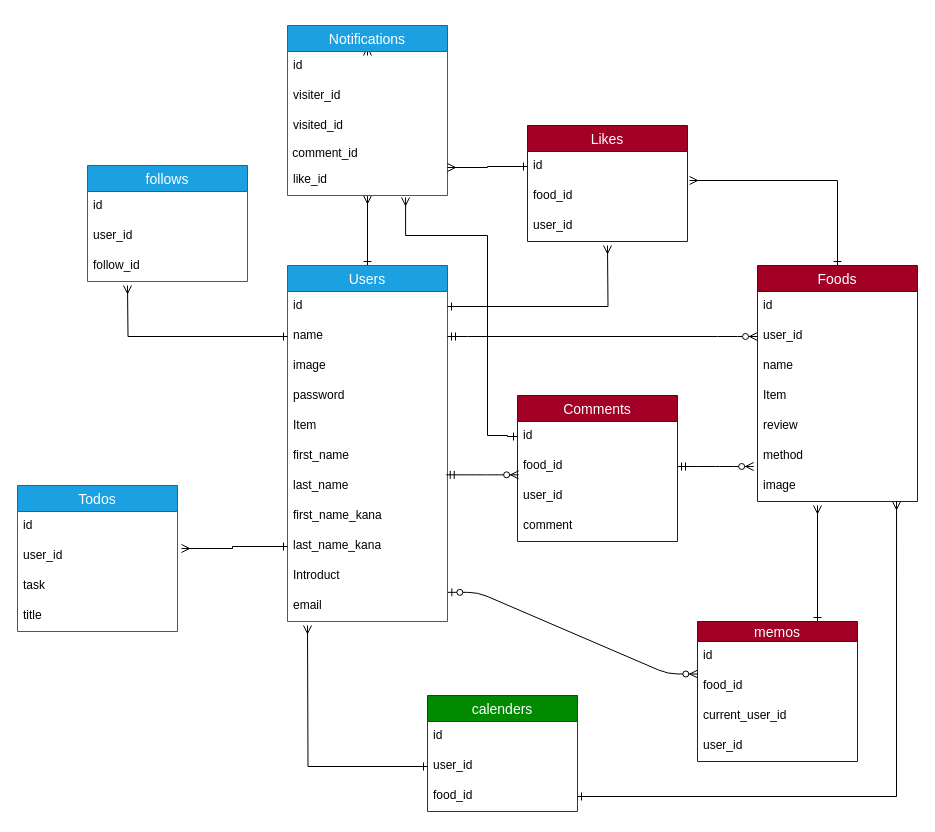
Before: DB.dio in kiiii8r/Cooking_memo, a draw.io diagram. Source tidied: cells renumbered, new cells numbered last; positions are measured from the earlier drawing's top-left corner, leaving out a move shared by most shapes. Both pictures are drawn from the tidied source at 100%, with x=0, y=0 at pixel (17, 25).
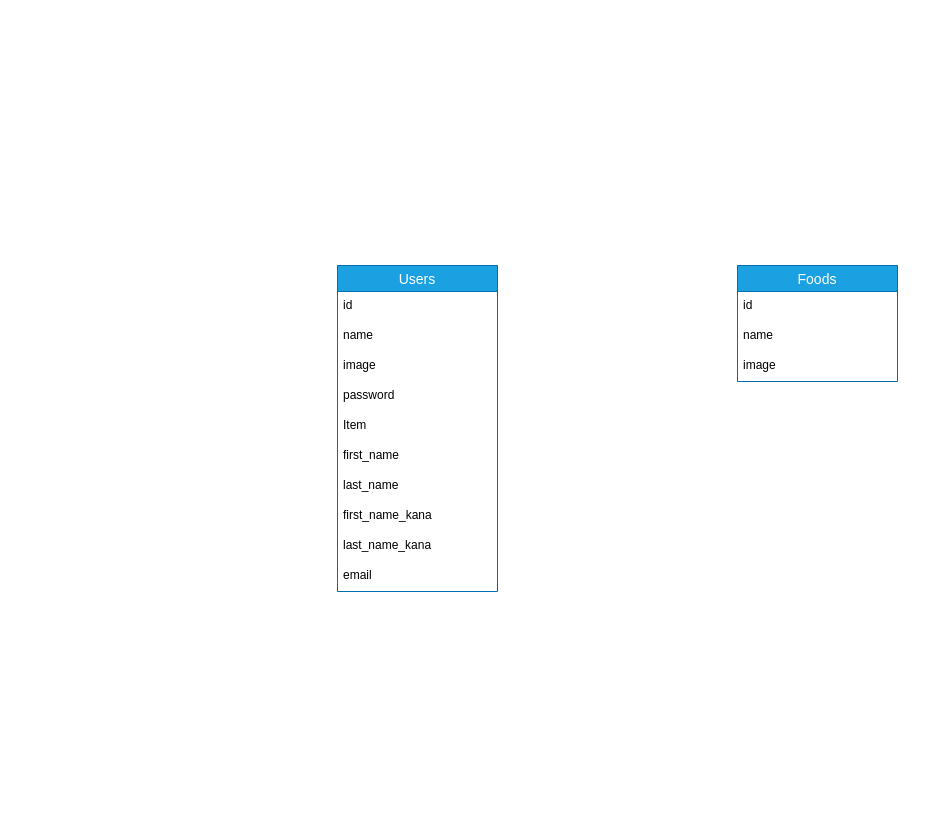
The same diagram, later.

Commit message:
Revert "Feauture/db design"

The change refers to these unchanged cells:
```xml
<mxCell id="4" value="id" style="text;strokeColor=none;fillColor=none;spacingLeft=4;spacingRight=4;overflow=hidden;points=[[0,0.5],[1,0.5]];portConstraint=eastwest;fontSize=12;" parent="3" vertex="1">
  <mxGeometry y="26" width="160" height="30" as="geometry" />
</mxCell>
<mxCell id="5" value="name" style="text;strokeColor=none;fillColor=none;spacingLeft=4;spacingRight=4;overflow=hidden;points=[[0,0.5],[1,0.5]];portConstraint=eastwest;fontSize=12;" parent="3" vertex="1">
  <mxGeometry y="56" width="160" height="30" as="geometry" />
</mxCell>
<mxCell id="10" value="last_name" style="text;strokeColor=none;fillColor=none;spacingLeft=4;spacingRight=4;overflow=hidden;points=[[0,0.5],[1,0.5]];portConstraint=eastwest;fontSize=12;" parent="3" vertex="1">
  <mxGeometry y="206" width="160" height="30" as="geometry" />
</mxCell>
<mxCell id="12" value="last_name_kana" style="text;strokeColor=none;fillColor=none;spacingLeft=4;spacingRight=4;overflow=hidden;points=[[0,0.5],[1,0.5]];portConstraint=eastwest;fontSize=12;" parent="3" vertex="1">
  <mxGeometry y="266" width="160" height="30" as="geometry" />
</mxCell>
```

What changed in the source:
```diff
@@
-    <mxCell id="2" style="edgeStyle=orthogonalEdgeStyle;rounded=0;jettySize=auto;html=1;exitX=0.5;exitY=0;exitDx=0;exitDy=0;entryX=0.5;entryY=1;entryDx=0;entryDy=0;entryPerimeter=0;startArrow=ERone;startFill=0;endArrow=ERmany;endFill=0;" parent="1" edge="1" source="3" target="47">
-      <mxGeometry relative="1" as="geometry" />
-    </mxCell>
     <mxCell id="3" value="Users" style="swimlane;fontStyle=0;horizontal=1;startSize=26;align=center;fontSize=14;fillColor=#1ba1e2;strokeColor=#006EAF;fontColor=#ffffff;" parent="1" vertex="1">
-      <mxGeometry x="270" y="240" width="160" height="356" as="geometry" />
+      <mxGeometry x="320" y="240" width="160" height="326" as="geometry" />
     </mxCell>
@@
-    <mxCell id="13" value="Introduct" style="text;strokeColor=none;fillColor=none;spacingLeft=4;spacingRight=4;overflow=hidden;fontSize=12;" parent="3" vertex="1">
-      <mxGeometry y="296" width="160" height="30" as="geometry" />
-    </mxCell>
     <mxCell id="14" value="email" style="text;strokeColor=none;fillColor=none;spacingLeft=4;spacingRight=4;overflow=hidden;points=[[0,0.5],[1,0.5]];portConstraint=eastwest;fontSize=12;" parent="3" vertex="1">
-      <mxGeometry y="326" width="160" height="30" as="geometry" />
+      <mxGeometry y="296" width="160" height="30" as="geometry" />
     </mxCell>
-    <mxCell id="15" style="edgeStyle=orthogonalEdgeStyle;rounded=0;jettySize=auto;html=1;exitX=0.5;exitY=0;exitDx=0;exitDy=0;entryX=1.013;entryY=-0.033;entryDx=0;entryDy=0;entryPerimeter=0;startArrow=ERone;startFill=0;endArrow=ERmany;endFill=0;" parent="1" edge="1" source="16" target="50">
-      <mxGeometry relative="1" as="geometry">
-        <Array as="points">
-          <mxPoint x="820" y="155" />
-        </Array>
-      </mxGeometry>
-    </mxCell>
-    <mxCell id="16" value="Foods" style="swimlane;fontStyle=0;horizontal=1;startSize=26;align=center;fontSize=14;fillColor=#a20025;strokeColor=#6F0000;fontColor=#ffffff;" parent="1" vertex="1">
-      <mxGeometry x="740" y="240" width="160" height="236" as="geometry" />
+    <mxCell id="16" value="Foods" style="swimlane;fontStyle=0;horizontal=1;startSize=26;align=center;fontSize=14;fillColor=#1ba1e2;strokeColor=#006EAF;fontColor=#ffffff;" parent="1" vertex="1">
+      <mxGeometry x="720" y="240" width="160" height="116" as="geometry" />
     </mxCell>
@@
-    <mxCell id="18" value="user_id" style="text;strokeColor=none;fillColor=none;spacingLeft=4;spacingRight=4;overflow=hidden;points=[[0,0.5],[1,0.5]];portConstraint=eastwest;fontSize=12;" parent="16" vertex="1">
-      <mxGeometry y="56" width="160" height="30" as="geometry" />
-    </mxCell>
     <mxCell id="19" value="name" style="text;strokeColor=none;fillColor=none;spacingLeft=4;spacingRight=4;overflow=hidden;fontSize=12;" parent="16" vertex="1">
-      <mxGeometry y="86" width="160" height="30" as="geometry" />
+      <mxGeometry y="56" width="160" height="30" as="geometry" />
     </mxCell>
-    <mxCell id="20" value="Item" style="text;strokeColor=none;fillColor=none;spacingLeft=4;spacingRight=4;overflow=hidden;fontSize=12;" parent="16" vertex="1">
-      <mxGeometry y="116" width="160" height="30" as="geometry" />
-    </mxCell>
-    <mxCell id="21" value="review" style="text;strokeColor=none;fillColor=none;spacingLeft=4;spacingRight=4;overflow=hidden;fontSize=12;" parent="16" vertex="1">
-      <mxGeometry y="146" width="160" height="30" as="geometry" />
-    </mxCell>
-    <mxCell id="22" value="method" style="text;strokeColor=none;fillColor=none;spacingLeft=4;spacingRight=4;overflow=hidden;points=[[0,0.5],[1,0.5]];portConstraint=eastwest;fontSize=12;" parent="16" vertex="1">
-      <mxGeometry y="176" width="160" height="30" as="geometry" />
-    </mxCell>
     <mxCell id="23" value="image" style="text;strokeColor=none;fillColor=none;spacingLeft=4;spacingRight=4;overflow=hidden;points=[[0,0.5],[1,0.5]];portConstraint=eastwest;fontSize=12;" parent="16" vertex="1">
-      <mxGeometry y="206" width="160" height="30" as="geometry" />
+      <mxGeometry y="86" width="160" height="30" as="geometry" />
     </mxCell>
-    <mxCell id="24" style="edgeStyle=orthogonalEdgeStyle;rounded=0;jettySize=auto;html=1;exitX=0;exitY=0.5;exitDx=0;exitDy=0;startArrow=ERone;startFill=0;endArrow=ERmany;endFill=0;entryX=0.738;entryY=1.067;entryDx=0;entryDy=0;entryPerimeter=0;" parent="1" edge="1" source="26" target="47">
-      <mxGeometry relative="1" as="geometry">
-        <Array as="points">
-          <mxPoint x="490" y="411" />
-          <mxPoint x="490" y="410" />
-          <mxPoint x="470" y="410" />
-          <mxPoint x="470" y="210" />
-          <mxPoint x="388" y="210" />
-        </Array>
-      </mxGeometry>
-    </mxCell>
-    <mxCell id="25" value="Comments" style="swimlane;fontStyle=0;horizontal=1;startSize=26;align=center;fontSize=14;fillColor=#a20025;strokeColor=#6F0000;fontColor=#ffffff;" parent="1" vertex="1">
-      <mxGeometry x="500" y="370" width="160" height="146" as="geometry" />
-    </mxCell>
-    <mxCell id="26" value="id" style="text;strokeColor=none;fillColor=none;spacingLeft=4;spacingRight=4;overflow=hidden;points=[[0,0.5],[1,0.5]];portConstraint=eastwest;fontSize=12;" parent="25" vertex="1">
-      <mxGeometry y="26" width="160" height="30" as="geometry" />
-    </mxCell>
-    <mxCell id="27" value="food_id" style="text;strokeColor=none;fillColor=none;spacingLeft=4;spacingRight=4;overflow=hidden;points=[[0,0.5],[1,0.5]];portConstraint=eastwest;fontSize=12;" parent="25" vertex="1">
-      <mxGeometry y="56" width="160" height="30" as="geometry" />
-    </mxCell>
-    <mxCell id="28" value="user_id" style="text;strokeColor=none;fillColor=none;spacingLeft=4;spacingRight=4;overflow=hidden;fontSize=12;" parent="25" vertex="1">
-      <mxGeometry y="86" width="160" height="30" as="geometry" />
-    </mxCell>
-    <mxCell id="29" value="comment" style="text;strokeColor=none;fillColor=none;spacingLeft=4;spacingRight=4;overflow=hidden;fontSize=12;" parent="25" vertex="1">
-      <mxGeometry y="116" width="160" height="30" as="geometry" />
-    </mxCell>
-    <mxCell id="30" value="Todos" style="swimlane;fontStyle=0;horizontal=1;startSize=26;align=center;fontSize=14;fillColor=#1ba1e2;strokeColor=#006EAF;fontColor=#ffffff;" parent="1" vertex="1">
-      <mxGeometry y="460" width="160" height="146" as="geometry" />
-    </mxCell>
-    <mxCell id="31" value="id" style="text;strokeColor=none;fillColor=none;spacingLeft=4;spacingRight=4;overflow=hidden;fontSize=12;" parent="30" vertex="1">
-      <mxGeometry y="26" width="160" height="30" as="geometry" />
-    </mxCell>
-    <mxCell id="32" value="user_id" style="text;strokeColor=none;fillColor=none;spacingLeft=4;spacingRight=4;overflow=hidden;points=[[0,0.5],[1,0.5]];portConstraint=eastwest;fontSize=12;" parent="30" vertex="1">
-      <mxGeometry y="56" width="160" height="30" as="geometry" />
-    </mxCell>
-    <mxCell id="33" value="task" style="text;strokeColor=none;fillColor=none;spacingLeft=4;spacingRight=4;overflow=hidden;fontSize=12;" parent="30" vertex="1">
-      <mxGeometry y="86" width="160" height="30" as="geometry" />
-    </mxCell>
-    <mxCell id="34" value="title" style="text;strokeColor=none;fillColor=none;spacingLeft=4;spacingRight=4;overflow=hidden;fontSize=12;" parent="30" vertex="1">
-      <mxGeometry y="116" width="160" height="30" as="geometry" />
-    </mxCell>
-    <mxCell id="35" style="edgeStyle=orthogonalEdgeStyle;rounded=0;jettySize=auto;html=1;exitX=0.75;exitY=0;exitDx=0;exitDy=0;startArrow=ERone;startFill=0;endArrow=ERmany;endFill=0;" parent="1" edge="1" source="36">
-      <mxGeometry relative="1" as="geometry">
-        <mxPoint x="800" y="480" as="targetPoint" />
-      </mxGeometry>
-    </mxCell>
-    <mxCell id="36" value="memos" style="swimlane;fontStyle=0;horizontal=1;startSize=20;align=center;fontSize=14;fillColor=#a20025;strokeColor=#6F0000;fontColor=#ffffff;" parent="1" vertex="1">
-      <mxGeometry x="680" y="596" width="160" height="140" as="geometry" />
-    </mxCell>
-    <mxCell id="37" value="id" style="text;strokeColor=none;fillColor=none;spacingLeft=4;spacingRight=4;overflow=hidden;points=[[0,0.5],[1,0.5]];portConstraint=eastwest;fontSize=12;" parent="36" vertex="1">
-      <mxGeometry y="20" width="160" height="30" as="geometry" />
-    </mxCell>
-    <mxCell id="38" value="food_id" style="text;strokeColor=none;fillColor=none;spacingLeft=4;spacingRight=4;overflow=hidden;fontSize=12;" parent="36" vertex="1">
-      <mxGeometry y="50" width="160" height="30" as="geometry" />
-    </mxCell>
-    <mxCell id="39" value="current_user_id" style="text;strokeColor=none;fillColor=none;spacingLeft=4;spacingRight=4;overflow=hidden;fontSize=12;" parent="36" vertex="1">
-      <mxGeometry y="80" width="160" height="30" as="geometry" />
-    </mxCell>
-    <mxCell id="40" value="user_id" style="text;strokeColor=none;fillColor=none;spacingLeft=4;spacingRight=4;overflow=hidden;fontSize=12;" parent="36" vertex="1">
-      <mxGeometry y="110" width="160" height="30" as="geometry" />
-    </mxCell>
-    <mxCell id="41" style="edgeStyle=orthogonalEdgeStyle;rounded=0;jettySize=auto;html=1;exitX=0.5;exitY=0;exitDx=0;exitDy=0;startArrow=ERone;startFill=0;endArrow=ERmany;endFill=0;" parent="1" edge="1" source="42">
-      <mxGeometry relative="1" as="geometry">
-        <mxPoint x="350" y="30" as="targetPoint" />
-      </mxGeometry>
-    </mxCell>
-    <mxCell id="42" value="Notifications" style="swimlane;fontStyle=0;horizontal=1;startSize=26;align=center;fontSize=14;fillColor=#1ba1e2;strokeColor=#006EAF;fontColor=#ffffff;" parent="1" vertex="1">
-      <mxGeometry x="270" width="160" height="170" as="geometry" />
-    </mxCell>
-    <mxCell id="43" value="id" style="text;strokeColor=none;fillColor=none;spacingLeft=4;spacingRight=4;overflow=hidden;fontSize=12;" parent="42" vertex="1">
-      <mxGeometry y="26" width="160" height="30" as="geometry" />
-    </mxCell>
-    <mxCell id="44" value="visiter_id" style="text;strokeColor=none;fillColor=none;spacingLeft=4;spacingRight=4;overflow=hidden;fontSize=12;" parent="42" vertex="1">
-      <mxGeometry y="56" width="160" height="30" as="geometry" />
-    </mxCell>
-    <mxCell id="45" value="visited_id" style="text;strokeColor=none;fillColor=none;spacingLeft=4;spacingRight=4;overflow=hidden;fontSize=12;" parent="42" vertex="1">
-      <mxGeometry y="86" width="160" height="30" as="geometry" />
-    </mxCell>
-    <mxCell id="46" value="&amp;nbsp;comment_id" style="text;html=1;strokeColor=none;fillColor=none;align=left;verticalAlign=middle;whiteSpace=wrap;rounded=0;" parent="42" vertex="1">
-      <mxGeometry y="116" width="160" height="24" as="geometry" />
-    </mxCell>
-    <mxCell id="47" value="like_id" style="text;strokeColor=none;fillColor=none;spacingLeft=4;spacingRight=4;overflow=hidden;points=[[0,0.5],[1,0.5]];portConstraint=eastwest;fontSize=12;" parent="42" vertex="1">
-      <mxGeometry y="140" width="160" height="30" as="geometry" />
-    </mxCell>
-    <mxCell id="48" value="Likes" style="swimlane;fontStyle=0;horizontal=1;startSize=26;align=center;fontSize=14;fillColor=#a20025;strokeColor=#6F0000;fontColor=#ffffff;" parent="1" vertex="1">
-      <mxGeometry x="510" y="100" width="160" height="116" as="geometry" />
-    </mxCell>
-    <mxCell id="49" value="id" style="text;strokeColor=none;fillColor=none;spacingLeft=4;spacingRight=4;overflow=hidden;points=[[0,0.5],[1,0.5]];portConstraint=eastwest;fontSize=12;" parent="48" vertex="1">
-      <mxGeometry y="26" width="160" height="30" as="geometry" />
-    </mxCell>
-    <mxCell id="50" value="food_id" style="text;strokeColor=none;fillColor=none;spacingLeft=4;spacingRight=4;overflow=hidden;points=[[0,0.5],[1,0.5]];portConstraint=eastwest;fontSize=12;" parent="48" vertex="1">
-      <mxGeometry y="56" width="160" height="30" as="geometry" />
-    </mxCell>
-    <mxCell id="51" value="user_id" style="text;strokeColor=none;fillColor=none;spacingLeft=4;spacingRight=4;overflow=hidden;fontSize=12;" parent="48" vertex="1">
-      <mxGeometry y="86" width="160" height="30" as="geometry" />
-    </mxCell>
-    <mxCell id="52" value="follows" style="swimlane;fontStyle=0;horizontal=1;startSize=26;align=center;fontSize=14;fillColor=#1ba1e2;strokeColor=#006EAF;fontColor=#ffffff;" parent="1" vertex="1">
-      <mxGeometry x="70" y="140" width="160" height="116" as="geometry" />
-    </mxCell>
-    <mxCell id="53" value="id" style="text;strokeColor=none;fillColor=none;spacingLeft=4;spacingRight=4;overflow=hidden;fontSize=12;" parent="52" vertex="1">
-      <mxGeometry y="26" width="160" height="30" as="geometry" />
-    </mxCell>
-    <mxCell id="54" value="user_id" style="text;strokeColor=none;fillColor=none;spacingLeft=4;spacingRight=4;overflow=hidden;fontSize=12;" parent="52" vertex="1">
-      <mxGeometry y="56" width="160" height="30" as="geometry" />
-    </mxCell>
-    <mxCell id="55" value="follow_id" style="text;strokeColor=none;fillColor=none;spacingLeft=4;spacingRight=4;overflow=hidden;fontSize=12;" parent="52" vertex="1">
-      <mxGeometry y="86" width="160" height="30" as="geometry" />
-    </mxCell>
-    <mxCell id="56" value="calenders" style="swimlane;fontStyle=0;horizontal=1;startSize=26;align=center;fontSize=14;fillColor=#008a00;strokeColor=#005700;fontColor=#ffffff;" parent="1" vertex="1">
-      <mxGeometry x="410" y="670" width="150" height="116" as="geometry" />
-    </mxCell>
-    <mxCell id="57" value="id" style="text;strokeColor=none;fillColor=none;spacingLeft=4;spacingRight=4;overflow=hidden;fontSize=12;" parent="56" vertex="1">
-      <mxGeometry y="26" width="150" height="30" as="geometry" />
-    </mxCell>
-    <mxCell id="58" value="user_id" style="text;strokeColor=none;fillColor=none;spacingLeft=4;spacingRight=4;overflow=hidden;points=[[0,0.5],[1,0.5]];portConstraint=eastwest;fontSize=12;" parent="56" vertex="1">
-      <mxGeometry y="56" width="150" height="30" as="geometry" />
-    </mxCell>
-    <mxCell id="59" value="food_id" style="text;strokeColor=none;fillColor=none;spacingLeft=4;spacingRight=4;overflow=hidden;points=[[0,0.5],[1,0.5]];portConstraint=eastwest;fontSize=12;" parent="56" vertex="1">
-      <mxGeometry y="86" width="150" height="30" as="geometry" />
-    </mxCell>
-    <mxCell id="60" style="edgeStyle=entityRelationEdgeStyle;fontSize=12;html=1;endArrow=ERzeroToMany;startArrow=ERmandOne;exitX=1;exitY=0.5;exitDx=0;exitDy=0;entryX=0;entryY=0.5;entryDx=0;entryDy=0;" parent="1" edge="1" source="5" target="18">
-      <mxGeometry relative="1" as="geometry" />
-    </mxCell>
-    <mxCell id="61" style="edgeStyle=entityRelationEdgeStyle;fontSize=12;html=1;endArrow=ERzeroToMany;startArrow=ERmandOne;exitX=1;exitY=0.5;exitDx=0;exitDy=0;entryX=-0.024;entryY=0.833;entryDx=0;entryDy=0;entryPerimeter=0;" parent="1" edge="1" source="27" target="22">
-      <mxGeometry relative="1" as="geometry" />
-    </mxCell>
-    <mxCell id="62" style="edgeStyle=entityRelationEdgeStyle;fontSize=12;html=1;endArrow=ERzeroToMany;startArrow=ERzeroToOne;exitX=1.002;exitY=0.028;exitDx=0;exitDy=0;exitPerimeter=0;entryX=0.002;entryY=1.083;entryDx=0;entryDy=0;entryPerimeter=0;" parent="1" edge="1" source="14" target="37">
-      <mxGeometry relative="1" as="geometry" />
-    </mxCell>
-    <mxCell id="63" value="&lt;br&gt;" style="edgeStyle=entityRelationEdgeStyle;fontSize=12;html=1;endArrow=ERzeroToMany;startArrow=ERmandOne;exitX=0.992;exitY=0.111;exitDx=0;exitDy=0;exitPerimeter=0;entryX=0.007;entryY=0.778;entryDx=0;entryDy=0;entryPerimeter=0;" parent="1" edge="1" source="10" target="27">
-      <mxGeometry x="0.03" y="59" relative="1" as="geometry" />
-    </mxCell>
-    <mxCell id="64" style="edgeStyle=orthogonalEdgeStyle;rounded=0;jettySize=auto;html=1;exitX=1;exitY=0.5;exitDx=0;exitDy=0;endArrow=ERmany;endFill=0;startArrow=ERone;startFill=0;" parent="1" edge="1" source="4">
-      <mxGeometry relative="1" as="geometry">
-        <mxPoint x="590" y="220" as="targetPoint" />
-      </mxGeometry>
-    </mxCell>
-    <mxCell id="65" style="edgeStyle=orthogonalEdgeStyle;rounded=0;jettySize=auto;html=1;exitX=0;exitY=0.5;exitDx=0;exitDy=0;startArrow=ERone;startFill=0;endArrow=ERmany;endFill=0;" parent="1" edge="1" source="58">
-      <mxGeometry relative="1" as="geometry">
-        <mxPoint x="290" y="600" as="targetPoint" />
-      </mxGeometry>
-    </mxCell>
-    <mxCell id="66" style="edgeStyle=orthogonalEdgeStyle;rounded=0;jettySize=auto;html=1;exitX=1;exitY=0.5;exitDx=0;exitDy=0;startArrow=ERone;startFill=0;endArrow=ERmany;endFill=0;entryX=0.869;entryY=1;entryDx=0;entryDy=0;entryPerimeter=0;" parent="1" edge="1" source="59" target="23">
-      <mxGeometry relative="1" as="geometry" />
-    </mxCell>
-    <mxCell id="67" style="edgeStyle=orthogonalEdgeStyle;rounded=0;jettySize=auto;html=1;exitX=0;exitY=0.5;exitDx=0;exitDy=0;startArrow=ERone;startFill=0;endArrow=ERmany;endFill=0;" parent="1" edge="1" source="5">
-      <mxGeometry relative="1" as="geometry">
-        <mxPoint x="110" y="260" as="targetPoint" />
-      </mxGeometry>
-    </mxCell>
-    <mxCell id="68" style="edgeStyle=orthogonalEdgeStyle;rounded=0;jettySize=auto;html=1;exitX=0;exitY=0.5;exitDx=0;exitDy=0;entryX=1;entryY=0.067;entryDx=0;entryDy=0;entryPerimeter=0;startArrow=ERone;startFill=0;endArrow=ERmany;endFill=0;" parent="1" edge="1" source="49" target="47">
-      <mxGeometry relative="1" as="geometry" />
-    </mxCell>
-    <mxCell id="69" style="edgeStyle=orthogonalEdgeStyle;rounded=0;jettySize=auto;html=1;exitX=0;exitY=0.5;exitDx=0;exitDy=0;entryX=1.025;entryY=0.233;entryDx=0;entryDy=0;entryPerimeter=0;startArrow=ERone;startFill=0;endArrow=ERmany;endFill=0;" parent="1" edge="1" source="12" target="32">
-      <mxGeometry relative="1" as="geometry" />
-    </mxCell>
```
